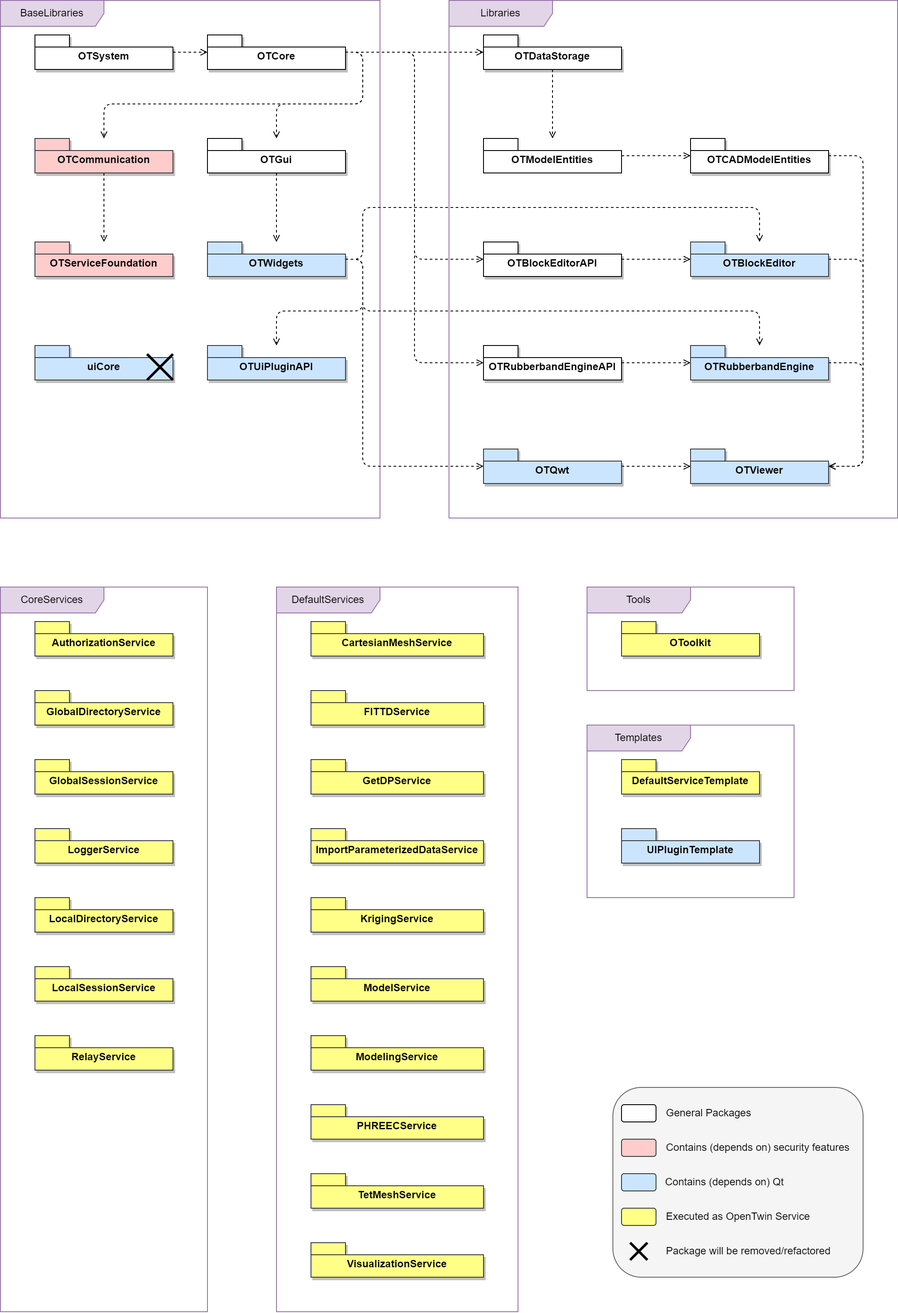
Before: Documentation/Developer/get_started/images/package_overview.png, a diagram exported from draw.io (OT-OpenTwin/OpenTwin). Source tidied: cells renumbered, new cells last; positions are measured from the earlier drawing's top-left corner, leaving out a move shared by most shapes.
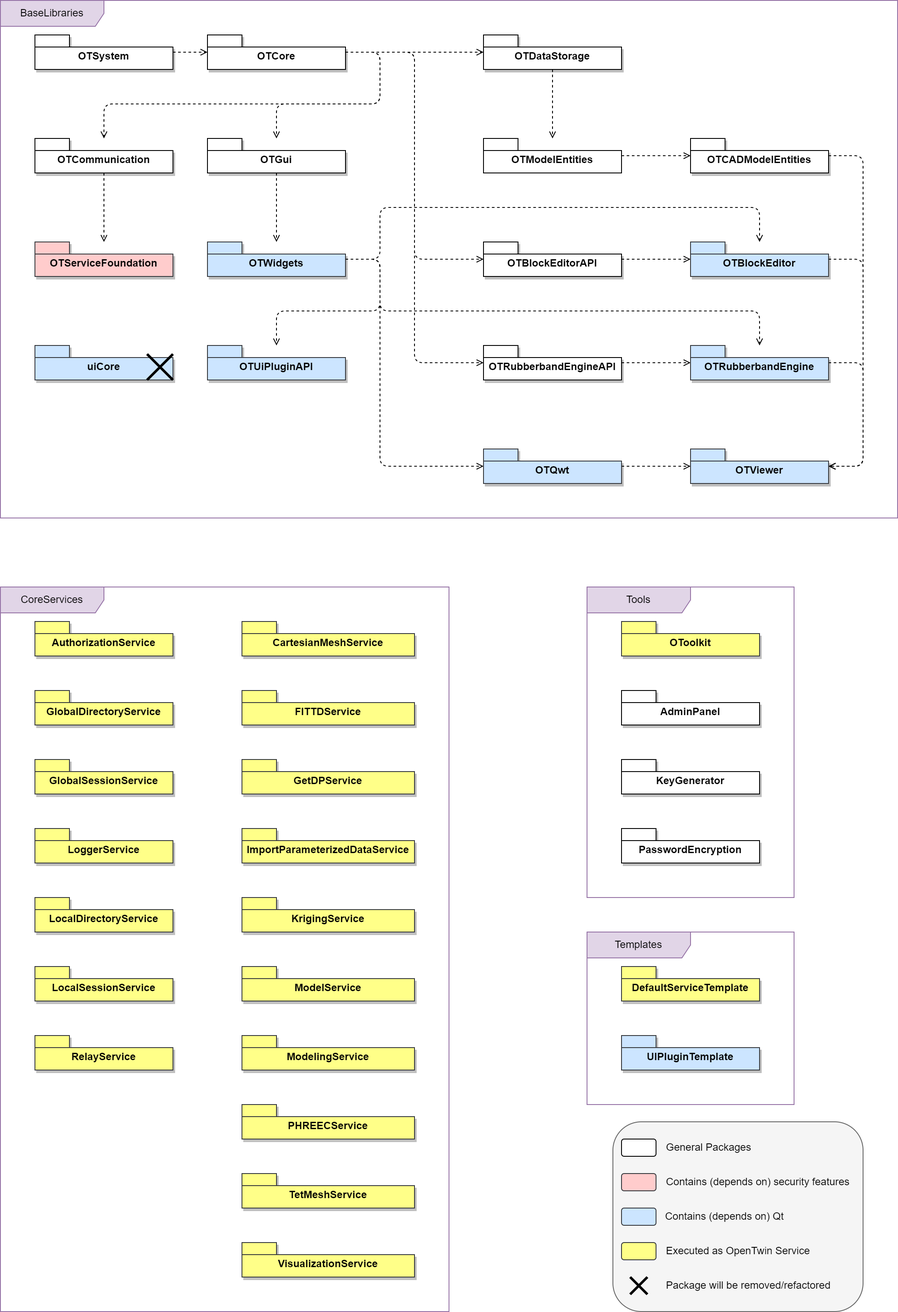
After the change.

Commit message:
Updated package overview

What changed in the source:
```diff
@@ -3,7 +3,7 @@
     <mxCell id="0" />
     <mxCell id="1" parent="0" />
     <mxCell id="2" style="rounded=1;whiteSpace=wrap;html=1;fillColor=#f5f5f5;fontColor=#333333;strokeColor=#666666;glass=0;shadow=0;" parent="1" vertex="1">
-      <mxGeometry x="710" y="1260" width="290" height="220" as="geometry" />
+      <mxGeometry x="710" y="1300" width="290" height="220" as="geometry" />
     </mxCell>
     <mxCell id="3" style="edgeStyle=orthogonalEdgeStyle;rounded=0;jettySize=auto;html=1;dashed=1;endArrow=open;endFill=0;" parent="1" edge="1" source="4" target="10">
       <mxGeometry relative="1" as="geometry" />
@@ -14,8 +14,8 @@
     <mxCell id="5" style="edgeStyle=orthogonalEdgeStyle;rounded=1;jettySize=auto;html=1;dashed=1;endArrow=open;endFill=0;" parent="1" edge="1" source="10" target="12">
       <mxGeometry relative="1" as="geometry">
         <Array as="points">
-          <mxPoint x="420" y="60" />
-          <mxPoint x="420" y="120" />
+          <mxPoint x="440" y="60" />
+          <mxPoint x="440" y="120" />
           <mxPoint x="120" y="120" />
         </Array>
       </mxGeometry>
@@ -23,8 +23,8 @@
     <mxCell id="6" style="edgeStyle=orthogonalEdgeStyle;rounded=1;jettySize=auto;html=1;dashed=1;endArrow=open;endFill=0;" parent="1" edge="1" source="10" target="37">
       <mxGeometry relative="1" as="geometry">
         <Array as="points">
-          <mxPoint x="420" y="60" />
-          <mxPoint x="420" y="120" />
+          <mxPoint x="440" y="60" />
+          <mxPoint x="440" y="120" />
           <mxPoint x="320" y="120" />
         </Array>
       </mxGeometry>
@@ -54,7 +54,7 @@
     <mxCell id="11" style="edgeStyle=orthogonalEdgeStyle;rounded=0;jettySize=auto;html=1;dashed=1;endArrow=open;endFill=0;" parent="1" edge="1" source="12" target="13">
       <mxGeometry relative="1" as="geometry" />
     </mxCell>
-    <mxCell id="12" value="OTCommunication" style="shape=folder;fontStyle=1;spacingTop=10;tabWidth=40;tabHeight=14;tabPosition=left;html=1;whiteSpace=wrap;fillColor=#ffcccc;strokeColor=#36393d;shadow=1;" parent="1" vertex="1">
+    <mxCell id="12" value="OTCommunication" style="shape=folder;fontStyle=1;spacingTop=10;tabWidth=40;tabHeight=14;tabPosition=left;html=1;whiteSpace=wrap;shadow=1;" parent="1" vertex="1">
       <mxGeometry x="40" y="160" width="160" height="40" as="geometry" />
     </mxCell>
     <mxCell id="13" value="OTServiceFoundation" style="shape=folder;fontStyle=1;spacingTop=10;tabWidth=40;tabHeight=14;tabPosition=left;html=1;whiteSpace=wrap;fillColor=#ffcccc;strokeColor=#36393d;shadow=1;" parent="1" vertex="1">
@@ -78,22 +78,22 @@
       <mxGeometry x="800" y="280" width="160" height="40" as="geometry" />
     </mxCell>
     <mxCell id="18" style="rounded=1;whiteSpace=wrap;html=1;" parent="1" vertex="1">
-      <mxGeometry x="720" y="1280" width="40" height="20" as="geometry" />
+      <mxGeometry x="720" y="1320" width="40" height="20" as="geometry" />
     </mxCell>
     <mxCell id="19" style="rounded=1;whiteSpace=wrap;html=1;fillColor=#ffcccc;strokeColor=#36393d;" parent="1" vertex="1">
-      <mxGeometry x="720" y="1320" width="40" height="20" as="geometry" />
+      <mxGeometry x="720" y="1360" width="40" height="20" as="geometry" />
     </mxCell>
     <mxCell id="20" style="rounded=1;whiteSpace=wrap;html=1;fillColor=#cce5ff;strokeColor=#36393d;" parent="1" vertex="1">
-      <mxGeometry x="720" y="1360" width="40" height="20" as="geometry" />
+      <mxGeometry x="720" y="1400" width="40" height="20" as="geometry" />
     </mxCell>
     <mxCell id="21" value="General Packages" style="text;html=1;strokeColor=none;fillColor=none;align=left;verticalAlign=middle;whiteSpace=wrap;rounded=0;" parent="1" vertex="1">
-      <mxGeometry x="770" y="1280" width="230" height="20" as="geometry" />
+      <mxGeometry x="770" y="1320" width="230" height="20" as="geometry" />
     </mxCell>
     <mxCell id="22" value="Contains (depends on) security features" style="text;html=1;strokeColor=none;fillColor=none;align=left;verticalAlign=middle;whiteSpace=wrap;rounded=0;" parent="1" vertex="1">
-      <mxGeometry x="770" y="1320" width="230" height="20" as="geometry" />
+      <mxGeometry x="770" y="1360" width="230" height="20" as="geometry" />
     </mxCell>
     <mxCell id="23" value="Contains (depends on) Qt" style="text;html=1;strokeColor=none;fillColor=none;align=left;verticalAlign=middle;whiteSpace=wrap;rounded=0;" parent="1" vertex="1">
-      <mxGeometry x="769" y="1360" width="231" height="20" as="geometry" />
+      <mxGeometry x="769" y="1400" width="231" height="20" as="geometry" />
     </mxCell>
     <mxCell id="24" style="edgeStyle=orthogonalEdgeStyle;rounded=0;jettySize=auto;html=1;dashed=1;endArrow=open;endFill=0;" parent="1" edge="1" source="25" target="29">
       <mxGeometry relative="1" as="geometry" />
@@ -136,11 +136,8 @@
       <mxGeometry x="800" y="400" width="160" height="40" as="geometry" />
     </mxCell>
     <mxCell id="34" value="BaseLibraries" style="shape=umlFrame;whiteSpace=wrap;html=1;width=120;height=30;fillColor=#e1d5e7;strokeColor=#9673a6;align=center;" parent="1" vertex="1">
-      <mxGeometry width="440" height="600" as="geometry" />
+      <mxGeometry width="1040" height="600" as="geometry" />
     </mxCell>
-    <mxCell id="35" value="Libraries" style="shape=umlFrame;whiteSpace=wrap;html=1;fillColor=#e1d5e7;strokeColor=#9673a6;width=120;height=30;" parent="1" vertex="1">
-      <mxGeometry x="520" width="520" height="600" as="geometry" />
-    </mxCell>
     <mxCell id="36" style="edgeStyle=orthogonalEdgeStyle;rounded=1;jettySize=auto;html=1;dashed=1;endArrow=open;endFill=0;" parent="1" edge="1" source="37" target="42">
       <mxGeometry relative="1" as="geometry" />
     </mxCell>
@@ -150,8 +147,8 @@
     <mxCell id="38" style="edgeStyle=orthogonalEdgeStyle;rounded=1;jettySize=auto;html=1;dashed=1;endArrow=open;endFill=0;" parent="1" edge="1" source="42" target="17">
       <mxGeometry relative="1" as="geometry">
         <Array as="points">
-          <mxPoint x="420" y="300" />
-          <mxPoint x="420" y="240" />
+          <mxPoint x="440" y="300" />
+          <mxPoint x="440" y="240" />
           <mxPoint x="880" y="240" />
         </Array>
       </mxGeometry>
@@ -159,8 +156,8 @@
     <mxCell id="39" style="edgeStyle=orthogonalEdgeStyle;rounded=1;jettySize=auto;html=1;dashed=1;endArrow=open;endFill=0;" parent="1" edge="1" source="42" target="33">
       <mxGeometry relative="1" as="geometry">
         <Array as="points">
-          <mxPoint x="420" y="300" />
-          <mxPoint x="420" y="360" />
+          <mxPoint x="440" y="300" />
+          <mxPoint x="440" y="360" />
           <mxPoint x="880" y="360" />
         </Array>
       </mxGeometry>
@@ -168,16 +165,16 @@
     <mxCell id="40" style="edgeStyle=orthogonalEdgeStyle;rounded=1;jettySize=auto;html=1;dashed=1;endArrow=open;endFill=0;" parent="1" edge="1" source="42" target="64">
       <mxGeometry relative="1" as="geometry">
         <Array as="points">
-          <mxPoint x="420" y="300" />
-          <mxPoint x="420" y="540" />
+          <mxPoint x="440" y="300" />
+          <mxPoint x="440" y="540" />
         </Array>
       </mxGeometry>
     </mxCell>
     <mxCell id="41" style="edgeStyle=orthogonalEdgeStyle;rounded=1;jettySize=auto;html=1;dashed=1;endArrow=open;endFill=0;" parent="1" edge="1" source="42" target="70">
       <mxGeometry relative="1" as="geometry">
         <Array as="points">
-          <mxPoint x="420" y="300" />
-          <mxPoint x="420" y="360" />
+          <mxPoint x="440" y="300" />
+          <mxPoint x="440" y="360" />
           <mxPoint x="320" y="360" />
         </Array>
       </mxGeometry>
@@ -189,16 +186,13 @@
       <mxGeometry x="800" y="520" width="160" height="40" as="geometry" />
     </mxCell>
     <mxCell id="44" value="CoreServices" style="shape=umlFrame;whiteSpace=wrap;html=1;fillColor=#e1d5e7;strokeColor=#9673a6;width=120;height=30;" parent="1" vertex="1">
-      <mxGeometry y="680" width="240" height="840" as="geometry" />
+      <mxGeometry y="680" width="520" height="840" as="geometry" />
     </mxCell>
-    <mxCell id="45" value="DefaultServices" style="shape=umlFrame;whiteSpace=wrap;html=1;fillColor=#e1d5e7;strokeColor=#9673a6;width=120;height=30;shadow=0;" parent="1" vertex="1">
-      <mxGeometry x="320" y="680" width="280" height="840" as="geometry" />
-    </mxCell>
     <mxCell id="46" value="Tools" style="shape=umlFrame;whiteSpace=wrap;html=1;fillColor=#e1d5e7;strokeColor=#9673a6;width=120;height=30;" parent="1" vertex="1">
-      <mxGeometry x="680" y="680" width="240" height="120" as="geometry" />
+      <mxGeometry x="680" y="680" width="240" height="360" as="geometry" />
     </mxCell>
     <mxCell id="47" value="Templates" style="shape=umlFrame;whiteSpace=wrap;html=1;fillColor=#e1d5e7;strokeColor=#9673a6;width=120;height=30;" parent="1" vertex="1">
-      <mxGeometry x="680" y="840" width="240" height="200" as="geometry" />
+      <mxGeometry x="680" y="1080" width="240" height="200" as="geometry" />
     </mxCell>
     <mxCell id="48" value="OToolkit" style="shape=folder;fontStyle=1;spacingTop=10;tabWidth=40;tabHeight=14;tabPosition=left;html=1;whiteSpace=wrap;fillColor=#ffff88;strokeColor=#36393d;shadow=1;" parent="1" vertex="1">
       <mxGeometry x="720" y="720" width="160" height="40" as="geometry" />
@@ -207,13 +201,13 @@
       <mxGeometry x="40" y="720" width="160" height="40" as="geometry" />
     </mxCell>
     <mxCell id="50" value="CartesianMeshService" style="shape=folder;fontStyle=1;spacingTop=10;tabWidth=40;tabHeight=14;tabPosition=left;html=1;whiteSpace=wrap;fillColor=#ffff88;strokeColor=#36393d;shadow=1;" parent="1" vertex="1">
-      <mxGeometry x="360" y="720" width="200" height="40" as="geometry" />
+      <mxGeometry x="280" y="720" width="200" height="40" as="geometry" />
     </mxCell>
     <mxCell id="51" value="FITTDService" style="shape=folder;fontStyle=1;spacingTop=10;tabWidth=40;tabHeight=14;tabPosition=left;html=1;whiteSpace=wrap;fillColor=#ffff88;strokeColor=#36393d;shadow=1;" parent="1" vertex="1">
-      <mxGeometry x="360" y="800" width="200" height="40" as="geometry" />
+      <mxGeometry x="280" y="800" width="200" height="40" as="geometry" />
     </mxCell>
     <mxCell id="52" value="GetDPService" style="shape=folder;fontStyle=1;spacingTop=10;tabWidth=40;tabHeight=14;tabPosition=left;html=1;whiteSpace=wrap;fillColor=#ffff88;strokeColor=#36393d;shadow=1;" parent="1" vertex="1">
-      <mxGeometry x="360" y="880" width="200" height="40" as="geometry" />
+      <mxGeometry x="280" y="880" width="200" height="40" as="geometry" />
     </mxCell>
     <mxCell id="53" value="GlobalDirectoryService" style="shape=folder;fontStyle=1;spacingTop=10;tabWidth=40;tabHeight=14;tabPosition=left;html=1;whiteSpace=wrap;fillColor=#ffff88;strokeColor=#36393d;shadow=1;" parent="1" vertex="1">
       <mxGeometry x="40" y="800" width="160" height="40" as="geometry" />
@@ -228,22 +222,22 @@
       <mxGeometry x="40" y="1120" width="160" height="40" as="geometry" />
     </mxCell>
     <mxCell id="57" value="ImportParameterizedDataService" style="shape=folder;fontStyle=1;spacingTop=10;tabWidth=40;tabHeight=14;tabPosition=left;html=1;whiteSpace=wrap;fillColor=#ffff88;strokeColor=#36393d;shadow=1;" parent="1" vertex="1">
-      <mxGeometry x="360" y="960" width="200" height="40" as="geometry" />
+      <mxGeometry x="280" y="960" width="200" height="40" as="geometry" />
     </mxCell>
     <mxCell id="58" value="KrigingService" style="shape=folder;fontStyle=1;spacingTop=10;tabWidth=40;tabHeight=14;tabPosition=left;html=1;whiteSpace=wrap;fillColor=#ffff88;strokeColor=#36393d;shadow=1;" parent="1" vertex="1">
-      <mxGeometry x="360" y="1040" width="200" height="40" as="geometry" />
+      <mxGeometry x="280" y="1040" width="200" height="40" as="geometry" />
     </mxCell>
     <mxCell id="59" value="ModelService" style="shape=folder;fontStyle=1;spacingTop=10;tabWidth=40;tabHeight=14;tabPosition=left;html=1;whiteSpace=wrap;fillColor=#ffff88;strokeColor=#36393d;shadow=1;" parent="1" vertex="1">
-      <mxGeometry x="360" y="1120" width="200" height="40" as="geometry" />
+      <mxGeometry x="280" y="1120" width="200" height="40" as="geometry" />
     </mxCell>
     <mxCell id="60" value="ModelingService" style="shape=folder;fontStyle=1;spacingTop=10;tabWidth=40;tabHeight=14;tabPosition=left;html=1;whiteSpace=wrap;fillColor=#ffff88;strokeColor=#36393d;shadow=1;" parent="1" vertex="1">
-      <mxGeometry x="360" y="1200" width="200" height="40" as="geometry" />
+      <mxGeometry x="280" y="1200" width="200" height="40" as="geometry" />
     </mxCell>
     <mxCell id="61" value="LoggerService" style="shape=folder;fontStyle=1;spacingTop=10;tabWidth=40;tabHeight=14;tabPosition=left;html=1;whiteSpace=wrap;fillColor=#ffff88;strokeColor=#36393d;shadow=1;" parent="1" vertex="1">
       <mxGeometry x="40" y="960" width="160" height="40" as="geometry" />
     </mxCell>
     <mxCell id="62" value="PHREECService" style="shape=folder;fontStyle=1;spacingTop=10;tabWidth=40;tabHeight=14;tabPosition=left;html=1;whiteSpace=wrap;fillColor=#ffff88;strokeColor=#36393d;shadow=1;" parent="1" vertex="1">
-      <mxGeometry x="360" y="1280" width="200" height="40" as="geometry" />
+      <mxGeometry x="280" y="1280" width="200" height="40" as="geometry" />
     </mxCell>
     <mxCell id="63" style="edgeStyle=orthogonalEdgeStyle;rounded=0;jettySize=auto;html=1;dashed=1;endArrow=open;endFill=0;" parent="1" edge="1" source="64" target="43">
       <mxGeometry relative="1" as="geometry" />
@@ -252,25 +246,25 @@
       <mxGeometry x="560" y="520" width="160" height="40" as="geometry" />
     </mxCell>
     <mxCell id="65" style="rounded=1;whiteSpace=wrap;html=1;fillColor=#ffff88;strokeColor=#36393d;" parent="1" vertex="1">
-      <mxGeometry x="720" y="1400" width="40" height="20" as="geometry" />
+      <mxGeometry x="720" y="1440" width="40" height="20" as="geometry" />
     </mxCell>
     <mxCell id="66" value="Executed as OpenTwin Service" style="text;html=1;strokeColor=none;fillColor=none;align=left;verticalAlign=middle;whiteSpace=wrap;rounded=0;" parent="1" vertex="1">
-      <mxGeometry x="770" y="1400" width="230" height="20" as="geometry" />
+      <mxGeometry x="770" y="1440" width="230" height="20" as="geometry" />
     </mxCell>
     <mxCell id="67" value="RelayService" style="shape=folder;fontStyle=1;spacingTop=10;tabWidth=40;tabHeight=14;tabPosition=left;html=1;whiteSpace=wrap;fillColor=#ffff88;strokeColor=#36393d;shadow=1;" parent="1" vertex="1">
       <mxGeometry x="40" y="1200" width="160" height="40" as="geometry" />
     </mxCell>
     <mxCell id="68" value="DefaultServiceTemplate" style="shape=folder;fontStyle=1;spacingTop=10;tabWidth=40;tabHeight=14;tabPosition=left;html=1;whiteSpace=wrap;fillColor=#ffff88;strokeColor=#36393d;shadow=1;" parent="1" vertex="1">
-      <mxGeometry x="720" y="880" width="160" height="40" as="geometry" />
+      <mxGeometry x="720" y="1120" width="160" height="40" as="geometry" />
     </mxCell>
     <mxCell id="69" value="UIPluginTemplate" style="shape=folder;fontStyle=1;spacingTop=10;tabWidth=40;tabHeight=14;tabPosition=left;html=1;whiteSpace=wrap;fillColor=#cce5ff;strokeColor=#36393d;shadow=1;" parent="1" vertex="1">
-      <mxGeometry x="720" y="960" width="160" height="40" as="geometry" />
+      <mxGeometry x="720" y="1200" width="160" height="40" as="geometry" />
     </mxCell>
     <mxCell id="70" value="OTUiPluginAPI" style="shape=folder;fontStyle=1;spacingTop=10;tabWidth=40;tabHeight=14;tabPosition=left;html=1;whiteSpace=wrap;fillColor=#cce5ff;strokeColor=#36393d;shadow=1;" parent="1" vertex="1">
       <mxGeometry x="240" y="400" width="160" height="40" as="geometry" />
     </mxCell>
     <mxCell id="71" value="TetMeshService" style="shape=folder;fontStyle=1;spacingTop=10;tabWidth=40;tabHeight=14;tabPosition=left;html=1;whiteSpace=wrap;fillColor=#ffff88;strokeColor=#36393d;shadow=1;" parent="1" vertex="1">
-      <mxGeometry x="360" y="1360" width="200" height="40" as="geometry" />
+      <mxGeometry x="280" y="1360" width="200" height="40" as="geometry" />
     </mxCell>
     <mxCell id="72" value="uiCore" style="shape=folder;fontStyle=1;spacingTop=10;tabWidth=40;tabHeight=14;tabPosition=left;html=1;whiteSpace=wrap;fillColor=#cce5ff;strokeColor=#36393d;shadow=1;" parent="1" vertex="1">
       <mxGeometry x="40" y="400" width="160" height="40" as="geometry" />
@@ -279,13 +273,22 @@
       <mxGeometry x="170" y="410" width="30" height="30" as="geometry" />
     </mxCell>
     <mxCell id="74" style="shape=umlDestroy;whiteSpace=wrap;html=1;strokeWidth=3;targetShapes=umlLifeline;" parent="1" vertex="1">
-      <mxGeometry x="730" y="1440" width="20" height="20" as="geometry" />
+      <mxGeometry x="730" y="1480" width="20" height="20" as="geometry" />
     </mxCell>
     <mxCell id="75" value="Package will be removed/refactored" style="text;html=1;strokeColor=none;fillColor=none;align=left;verticalAlign=middle;whiteSpace=wrap;rounded=0;" parent="1" vertex="1">
-      <mxGeometry x="769.5" y="1440" width="230" height="20" as="geometry" />
+      <mxGeometry x="769.5" y="1480" width="230" height="20" as="geometry" />
     </mxCell>
     <mxCell id="76" value="VisualizationService" style="shape=folder;fontStyle=1;spacingTop=10;tabWidth=40;tabHeight=14;tabPosition=left;html=1;whiteSpace=wrap;fillColor=#ffff88;strokeColor=#36393d;shadow=1;" parent="1" vertex="1">
-      <mxGeometry x="360" y="1440" width="200" height="40" as="geometry" />
+      <mxGeometry x="280" y="1440" width="200" height="40" as="geometry" />
     </mxCell>
+    <mxCell id="77" value="AdminPanel" style="shape=folder;fontStyle=1;spacingTop=10;tabWidth=40;tabHeight=14;tabPosition=left;html=1;whiteSpace=wrap;shadow=1;" parent="1" vertex="1">
+      <mxGeometry x="720" y="800" width="160" height="40" as="geometry" />
+    </mxCell>
+    <mxCell id="78" value="KeyGenerator" style="shape=folder;fontStyle=1;spacingTop=10;tabWidth=40;tabHeight=14;tabPosition=left;html=1;whiteSpace=wrap;shadow=1;" parent="1" vertex="1">
+      <mxGeometry x="720" y="880" width="160" height="40" as="geometry" />
+    </mxCell>
+    <mxCell id="79" value="PasswordEncryption" style="shape=folder;fontStyle=1;spacingTop=10;tabWidth=40;tabHeight=14;tabPosition=left;html=1;whiteSpace=wrap;shadow=1;" parent="1" vertex="1">
+      <mxGeometry x="720" y="960" width="160" height="40" as="geometry" />
+    </mxCell>
   </root>
 </mxGraphModel>
```
